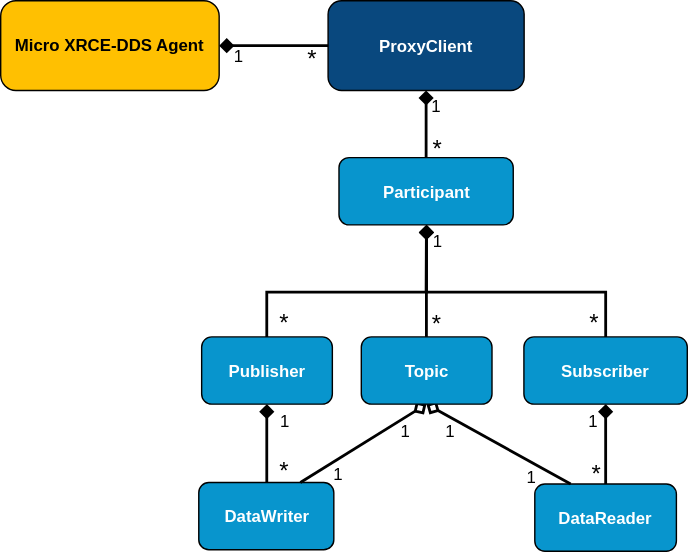
Above: docs/images/entities_hierarchy.svg in eProsima/Micro-XRCE-DDS-docs (draw.io), before the change. Source tidied: cells renumbered, new cells last; positions are measured from the earlier drawing's top-left corner, leaving out a move shared by most shapes.
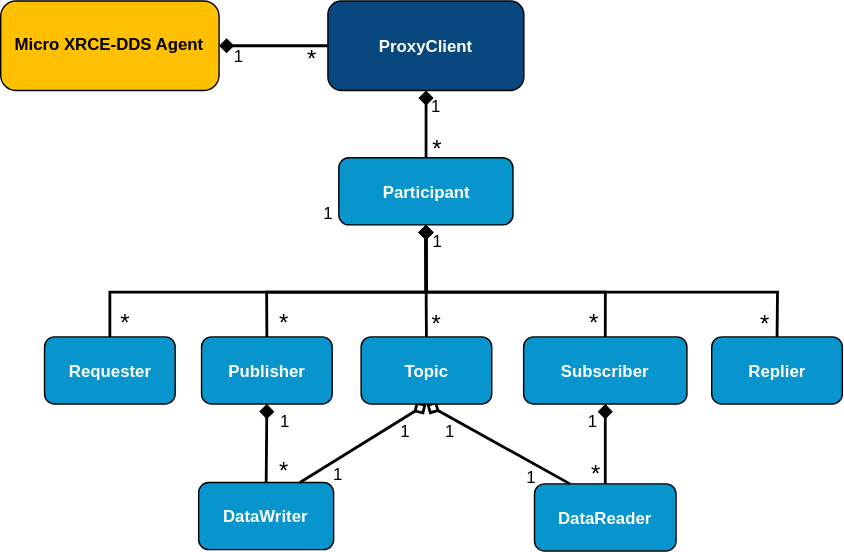
The same diagram one commit later.

The edit, as a diff of the source:
```diff
@@ -116,5 +116,36 @@
     <mxCell id="34" value="Topic" style="rounded=1;whiteSpace=wrap;labelBackgroundColor=none;strokeWidth=1;fillColor=#0895CD;align=center;fontColor=#FFFFFF;fontStyle=1;" parent="1" vertex="1">
       <mxGeometry x="257.5" y="240" width="93.3" height="48" as="geometry" />
     </mxCell>
+    <mxCell id="35" value="Requester" style="rounded=1;whiteSpace=wrap;labelBackgroundColor=none;strokeWidth=1;fillColor=#0895CD;align=center;fontColor=#FFFFFF;fontStyle=1;" parent="1" vertex="1">
+      <mxGeometry x="31.3" y="240" width="93.3" height="48" as="geometry" />
+    </mxCell>
+    <mxCell id="36" value="Replier" style="rounded=1;whiteSpace=wrap;labelBackgroundColor=none;strokeWidth=1;fillColor=#0895CD;align=center;fontColor=#FFFFFF;fontStyle=1;" parent="1" vertex="1">
+      <mxGeometry x="508" y="240" width="93.3" height="48" as="geometry" />
+    </mxCell>
+    <mxCell id="37" value="1" style="text;strokeColor=none;fillColor=none;align=left;verticalAlign=middle;whiteSpace=wrap;rounded=0;shadow=0;glass=0;comic=0;labelBackgroundColor=none;fontColor=#000000;" parent="1" vertex="1">
+      <mxGeometry x="229.5" y="144" width="28" height="14" as="geometry" />
+    </mxCell>
+    <mxCell id="38" style="endArrow=none;labelBackgroundColor=#ffffff;strokeWidth=2;fontColor=#000000;align=center;entryX=0.5;entryY=0;endFill=0;startArrow=diamond;startFill=1;rounded=0;exitX=0.5;exitY=1;entryDx=0;entryDy=0;exitDx=0;exitDy=0;" parent="1" edge="1" source="5" target="35">
+      <mxGeometry relative="1" as="geometry">
+        <Array as="points">
+          <mxPoint x="304" y="208" />
+          <mxPoint x="78" y="208" />
+        </Array>
+      </mxGeometry>
+    </mxCell>
+    <mxCell id="39" style="endArrow=none;labelBackgroundColor=#ffffff;strokeWidth=2;fontColor=#000000;align=center;endFill=0;startArrow=diamond;startFill=1;rounded=0;exitX=0.5;exitY=1;exitDx=0;exitDy=0;entryX=0.5;entryY=0;entryDx=0;entryDy=0;" parent="1" edge="1" source="5" target="36">
+      <mxGeometry relative="1" as="geometry">
+        <Array as="points">
+          <mxPoint x="304" y="208" />
+          <mxPoint x="555" y="208" />
+        </Array>
+      </mxGeometry>
+    </mxCell>
+    <mxCell id="40" value="*" style="text;strokeColor=none;fillColor=none;align=left;verticalAlign=bottom;rounded=0;shadow=0;glass=0;comic=0;labelBackgroundColor=none;fontColor=#000000;strokeWidth=1;perimeterSpacing=0;fontSize=17;" parent="1" vertex="1">
+      <mxGeometry x="84" y="226" width="23.3" height="16" as="geometry" />
+    </mxCell>
+    <mxCell id="41" value="*" style="text;strokeColor=none;fillColor=none;align=left;verticalAlign=bottom;rounded=0;shadow=0;glass=0;comic=0;labelBackgroundColor=none;fontColor=#000000;strokeWidth=1;perimeterSpacing=0;fontSize=17;" parent="1" vertex="1">
+      <mxGeometry x="541" y="227" width="23.3" height="16" as="geometry" />
+    </mxCell>
   </root>
 </mxGraphModel>
```
